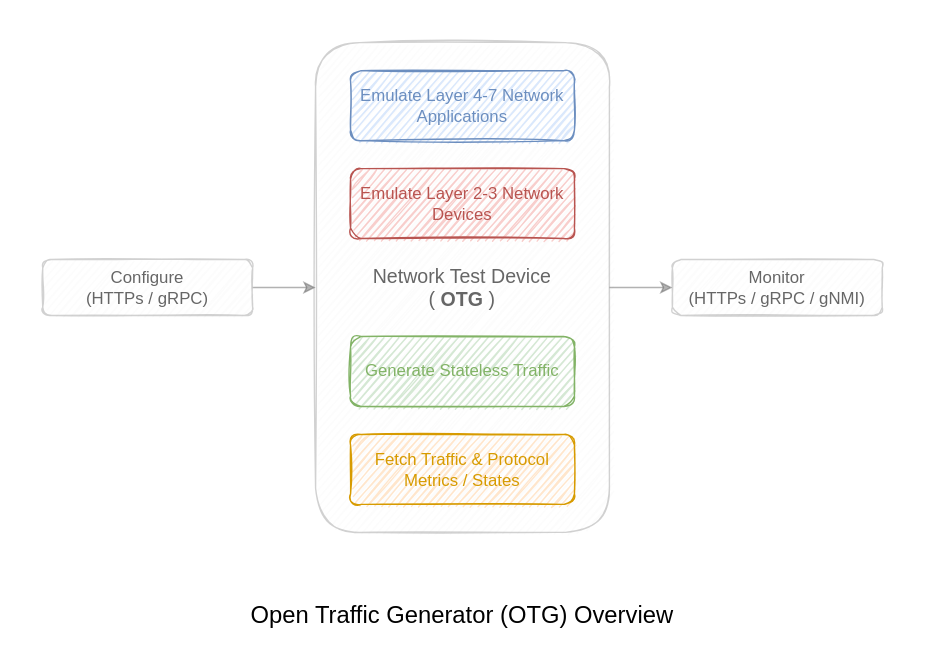
Earlier version of the draw.io export profile/otg-overview.drawio.svg (open-traffic-generator/.github). Source tidied: cells renumbered, new cells last; positions are measured from the earlier drawing's top-left corner, leaving out a move shared by most shapes.
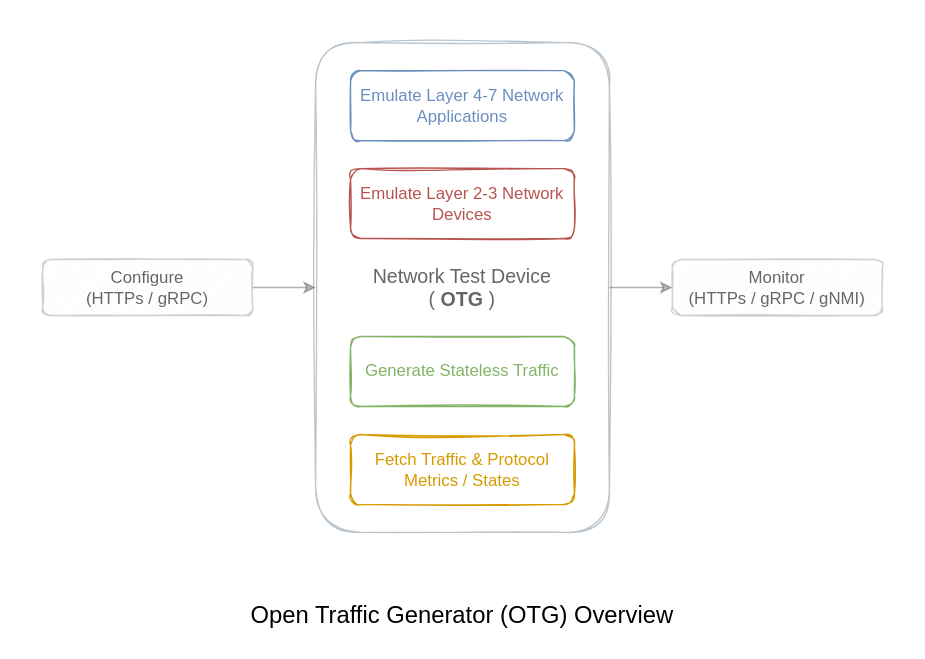
Later version of the same file.

Commit message:
remove sketch fillers

Change to the diagram source:
```diff
@@ -5,19 +5,19 @@
     <mxCell id="2" style="rounded=1;whiteSpace=wrap;html=1;fillColor=#FFFFFF;strokeColor=none;" parent="1" vertex="1">
       <mxGeometry width="660" height="470" as="geometry" />
     </mxCell>
-    <mxCell id="3" value="&lt;font color=&quot;#666666&quot; style=&quot;font-size: 14px&quot;&gt;Network Test Device&lt;br&gt;(&lt;b&gt;OTG&lt;/b&gt;)&lt;/font&gt;" style="rounded=1;whiteSpace=wrap;html=1;fillColor=#f5f5f5;strokeColor=#666666;sketch=1;fontColor=#333333;opacity=30;" parent="1" vertex="1">
+    <mxCell id="3" value="&lt;font color=&quot;#666666&quot; style=&quot;font-size: 14px&quot;&gt;Network Test Device&lt;br&gt;(&lt;b&gt;OTG&lt;/b&gt;)&lt;/font&gt;" style="rounded=1;whiteSpace=wrap;html=1;fillColor=none;strokeColor=#23445d;sketch=1;opacity=30;" parent="1" vertex="1">
       <mxGeometry x="225" y="30" width="210" height="350" as="geometry" />
     </mxCell>
-    <mxCell id="4" value="&lt;font color=&quot;#b85450&quot;&gt;Emulate Layer 2-3 Network Devices&lt;/font&gt;" style="rounded=1;whiteSpace=wrap;html=1;fillColor=#f8cecc;strokeColor=#b85450;sketch=1;" parent="1" vertex="1">
+    <mxCell id="4" value="&lt;font color=&quot;#b85450&quot;&gt;Emulate Layer 2-3 Network Devices&lt;/font&gt;" style="rounded=1;whiteSpace=wrap;html=1;fillColor=none;strokeColor=#b85450;sketch=1;" parent="1" vertex="1">
       <mxGeometry x="250" y="120" width="160" height="50" as="geometry" />
     </mxCell>
-    <mxCell id="5" value="&lt;font color=&quot;#82b366&quot;&gt;Generate Stateless Traffic&lt;br&gt;&lt;/font&gt;" style="rounded=1;whiteSpace=wrap;html=1;fillColor=#d5e8d4;strokeColor=#82b366;sketch=1;" parent="1" vertex="1">
+    <mxCell id="5" value="&lt;font color=&quot;#82b366&quot;&gt;Generate Stateless Traffic&lt;br&gt;&lt;/font&gt;" style="rounded=1;whiteSpace=wrap;html=1;fillColor=none;strokeColor=#82b366;sketch=1;" parent="1" vertex="1">
       <mxGeometry x="250" y="240" width="160" height="50" as="geometry" />
     </mxCell>
     <mxCell id="6" value="&lt;font color=&quot;#000000&quot; style=&quot;font-size: 17px&quot;&gt;Open Traffic Generator (OTG) Overview&lt;/font&gt;" style="text;html=1;strokeColor=none;fillColor=none;align=center;verticalAlign=middle;whiteSpace=wrap;rounded=0;fontColor=#82B366;" parent="1" vertex="1">
       <mxGeometry x="165" y="410" width="330" height="60" as="geometry" />
     </mxCell>
-    <mxCell id="7" value="&lt;font color=&quot;#6c8ebf&quot;&gt;Emulate Layer 4-7 Network&lt;br&gt;Applications&lt;br&gt;&lt;/font&gt;" style="rounded=1;whiteSpace=wrap;html=1;fillColor=#dae8fc;strokeColor=#6c8ebf;sketch=1;" parent="1" vertex="1">
+    <mxCell id="7" value="&lt;font color=&quot;#6c8ebf&quot;&gt;Emulate Layer 4-7 Network&lt;br&gt;Applications&lt;br&gt;&lt;/font&gt;" style="rounded=1;whiteSpace=wrap;html=1;fillColor=none;strokeColor=#6c8ebf;sketch=1;" parent="1" vertex="1">
       <mxGeometry x="250" y="50" width="160" height="50" as="geometry" />
     </mxCell>
     <mxCell id="8" style="endArrow=classic;html=1;entryX=0;entryY=0.5;entryDx=0;entryDy=0;exitX=1;exitY=0.5;exitDx=0;exitDy=0;strokeColor=#666666;opacity=50;" parent="1" edge="1" source="10" target="3">
@@ -32,7 +32,7 @@
     <mxCell id="11" value="&lt;font color=&quot;#666666&quot;&gt;Monitor&lt;br&gt;(HTTPs / gRPC / gNMI)&lt;br&gt;&lt;/font&gt;" style="rounded=1;whiteSpace=wrap;html=1;fillColor=#f5f5f5;strokeColor=#666666;sketch=1;fontColor=#333333;opacity=30;" parent="1" vertex="1">
       <mxGeometry x="480" y="185" width="150" height="40" as="geometry" />
     </mxCell>
-    <mxCell id="12" value="&lt;font color=&quot;#d79b00&quot;&gt;Fetch Traffic &amp;amp; Protocol Metrics / States&lt;/font&gt;" style="rounded=1;whiteSpace=wrap;html=1;fillColor=#ffe6cc;strokeColor=#d79b00;sketch=1;" parent="1" vertex="1">
+    <mxCell id="12" value="&lt;font color=&quot;#d79b00&quot;&gt;Fetch Traffic &amp;amp; Protocol Metrics / States&lt;/font&gt;" style="rounded=1;whiteSpace=wrap;html=1;fillColor=none;strokeColor=#d79b00;sketch=1;" parent="1" vertex="1">
       <mxGeometry x="250" y="310" width="160" height="50" as="geometry" />
     </mxCell>
   </root>
```
